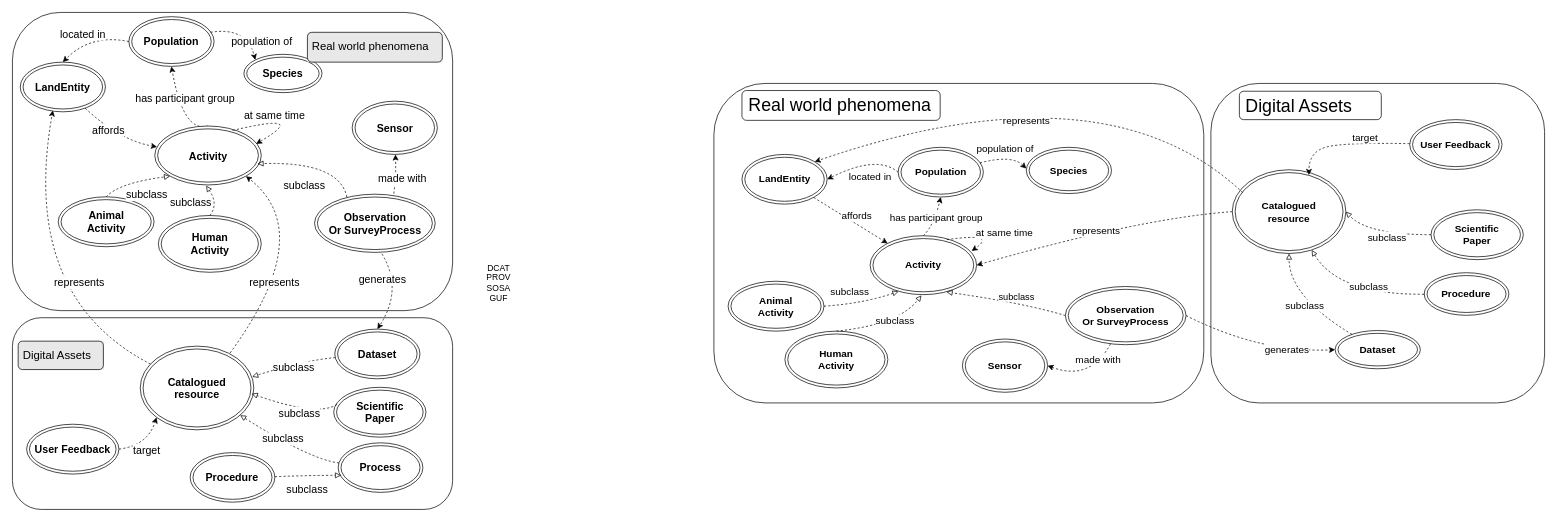
IntForOut/outdoorPressure keeps this draw.io diagram as page "schemas article" (2 of 3) of docs/diagrams/model_KG.drawio. Above is the earlier version. Source tidied: cells renumbered, new cells numbered last; positions are measured from the earlier drawing's top-left corner, leaving out a move shared by most shapes. Both pictures are drawn from the tidied source at 71%, with x=0, y=0 at pixel (12, 12).
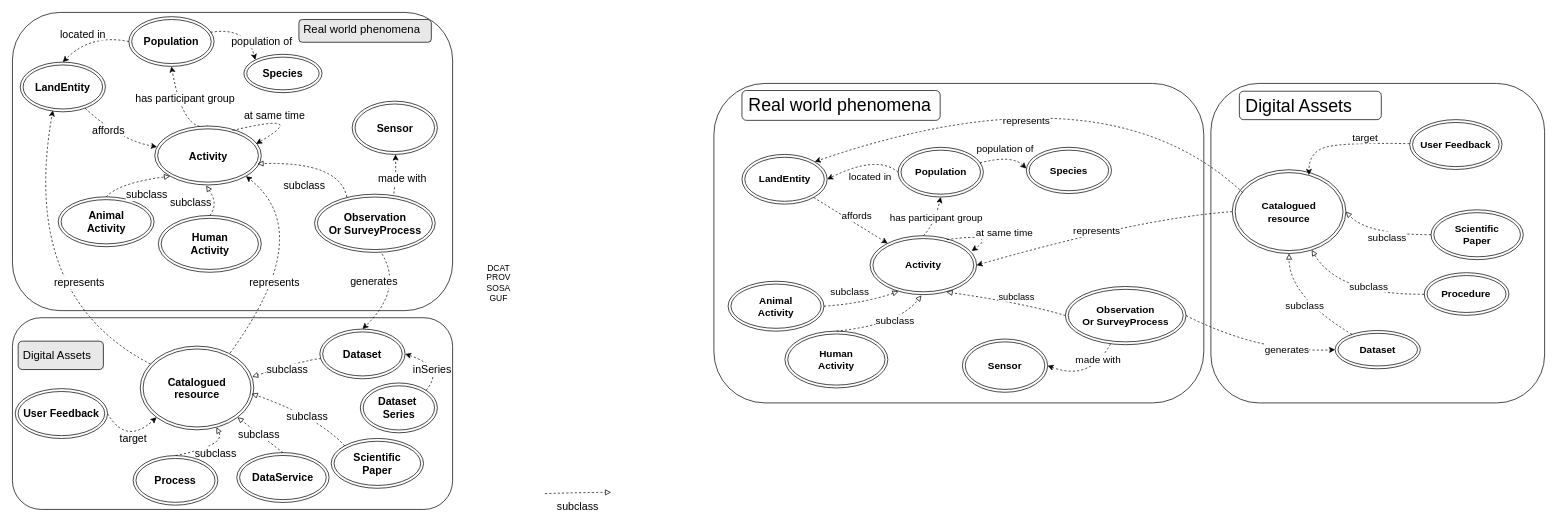
The same diagram, later.

Commit message:
Mettre à jour model_KG.drawio

Unchanged cells that the change refers to:
```xml
<mxCell id="63" value="&lt;b&gt;Catalogued &lt;br&gt;resource&lt;/b&gt;" style="ellipse;shape=doubleEllipse;whiteSpace=wrap;html=1;fontSize=15;fillColor=none;" parent="1" vertex="1">
  <mxGeometry x="180" y="470" width="160" height="117.9" as="geometry" />
</mxCell>
```

What changed in the source:
```diff
@@
     <mxCell id="64" value="&lt;b&gt;Scientific&lt;/b&gt;&lt;div&gt;&lt;b&gt;Paper&lt;/b&gt;&lt;/div&gt;" style="ellipse;shape=doubleEllipse;whiteSpace=wrap;html=1;fontSize=15;" parent="1" vertex="1">
-      <mxGeometry x="452.5" y="528" width="130" height="70.2" as="geometry" />
+      <mxGeometry x="449" y="600" width="130" height="70.2" as="geometry" />
     </mxCell>
@@
     <mxCell id="78" value="&lt;b&gt;Dataset&lt;/b&gt;" style="ellipse;shape=doubleEllipse;whiteSpace=wrap;html=1;fontSize=15;fillColor=none;" parent="1" vertex="1">
-      <mxGeometry x="454" y="446" width="120" height="70" as="geometry" />
+      <mxGeometry x="433" y="446" width="120" height="70" as="geometry" />
     </mxCell>
@@
-    <mxCell id="80" style="edgeStyle=none;html=1;rounded=0;curved=1;dashed=1;endArrow=block;endFill=0;fontSize=15;" parent="1" edge="1" source="82" target="63">
+    <mxCell id="80" style="edgeStyle=none;html=1;rounded=0;curved=1;dashed=1;endArrow=block;endFill=0;fontSize=15;exitX=0.5;exitY=0;exitDx=0;exitDy=0;" parent="1" edge="1" source="82" target="63">
       <mxGeometry relative="1" as="geometry">
         <Array as="points">
-          <mxPoint x="420" y="630" />
+          <mxPoint x="300" y="610" />
         </Array>
       </mxGeometry>
     </mxCell>
     <mxCell id="81" value="subclass" style="edgeLabel;html=1;align=center;verticalAlign=middle;fontSize=15;" parent="80" vertex="1">
       <mxGeometry x="-0.02" y="-5" relative="1" as="geometry">
-        <mxPoint x="-11" y="-7" as="offset" />
+        <mxPoint x="7" as="offset" />
       </mxGeometry>
     </mxCell>
     <mxCell id="82" value="&lt;b&gt;&lt;span style=&quot;color: rgb(0, 0, 0);&quot;&gt;Process&lt;/span&gt;&lt;/b&gt;" style="ellipse;shape=doubleEllipse;whiteSpace=wrap;html=1;fontSize=15;fillColor=none;" parent="1" vertex="1">
-      <mxGeometry x="458.8" y="606.2" width="119.3" height="69.8" as="geometry" />
+      <mxGeometry x="170" y="624.2" width="119.3" height="69.8" as="geometry" />
     </mxCell>
@@
     <mxCell id="90" style="edgeStyle=none;html=1;entryX=0;entryY=1;entryDx=0;entryDy=0;rounded=0;curved=1;dashed=1;exitX=1;exitY=0.5;exitDx=0;exitDy=0;fontSize=15;" parent="1" edge="1" source="110" target="63">
       <mxGeometry relative="1" as="geometry">
         <Array as="points">
-          <mxPoint x="190.5" y="610" />
+          <mxPoint x="160" y="610" />
         </Array>
       </mxGeometry>
     </mxCell>
     <mxCell id="91" value="&lt;font&gt;target&lt;/font&gt;" style="edgeLabel;html=1;align=center;verticalAlign=middle;fontSize=15;" parent="90" vertex="1">
       <mxGeometry x="-0.09" y="-7" relative="1" as="geometry">
-        <mxPoint y="-2" as="offset" />
+        <mxPoint x="17" y="-12" as="offset" />
       </mxGeometry>
     </mxCell>
-    <mxCell id="92" style="edgeStyle=none;html=1;entryX=0.981;entryY=0.568;entryDx=0;entryDy=0;rounded=0;curved=1;dashed=1;endArrow=block;endFill=0;entryPerimeter=0;fontSize=15;exitX=0.035;exitY=0.342;exitDx=0;exitDy=0;exitPerimeter=0;" parent="1" edge="1" source="64" target="63">
+    <mxCell id="92" style="edgeStyle=none;html=1;entryX=0.981;entryY=0.568;entryDx=0;entryDy=0;rounded=0;curved=1;dashed=1;endArrow=block;endFill=0;entryPerimeter=0;fontSize=15;exitX=0;exitY=0;exitDx=0;exitDy=0;" parent="1" edge="1" source="64" target="63">
       <mxGeometry relative="1" as="geometry">
         <Array as="points">
           <mxPoint x="430.5" y="570" />
         </Array>
       </mxGeometry>
     </mxCell>
@@
     <mxCell id="98" style="group;fontSize=15;fillColor=#E8E8E8;" parent="1" vertex="1">
-      <mxGeometry x="415.5" y="28" width="190" height="42" as="geometry" />
+      <mxGeometry x="403.5" y="10" width="186.5" height="32" as="geometry" />
     </mxCell>
     <mxCell id="99" style="rounded=1;whiteSpace=wrap;html=1;fontSize=15;fillColor=#E8E8E8;" parent="98" vertex="1">
-      <mxGeometry width="190" height="42" as="geometry" />
+      <mxGeometry width="186.5" height="32" as="geometry" />
     </mxCell>
     <mxCell id="100" value="&lt;font style=&quot;font-size: 16px;&quot;&gt;Real world phenomena&lt;/font&gt;" style="text;html=1;whiteSpace=wrap;strokeColor=none;fillColor=none;align=left;verticalAlign=middle;rounded=0;fontSize=15;" parent="98" vertex="1">
-      <mxGeometry x="4.5" y="13.6" width="185.5" height="10.5" as="geometry" />
+      <mxGeometry x="4.4" y="10.3" width="182.2" height="8" as="geometry" />
     </mxCell>
@@
     <mxCell id="110" value="&lt;b&gt;User Feedback&lt;/b&gt;" style="ellipse;shape=doubleEllipse;whiteSpace=wrap;html=1;fontSize=15;" parent="1" vertex="1">
-      <mxGeometry x="20" y="580" width="130" height="70.2" as="geometry" />
+      <mxGeometry x="4" y="529.9" width="130" height="70.2" as="geometry" />
     </mxCell>
-    <mxCell id="111" value="&lt;b&gt;&lt;span style=&quot;color: rgb(0, 0, 0);&quot;&gt;Procedure&lt;/span&gt;&lt;/b&gt;" style="ellipse;shape=doubleEllipse;whiteSpace=wrap;html=1;fontSize=15;fillColor=none;" parent="1" vertex="1">
-      <mxGeometry x="250.3" y="620" width="119.3" height="69.8" as="geometry" />
-    </mxCell>
-    <mxCell id="112" style="edgeStyle=none;html=1;rounded=0;curved=1;dashed=1;endArrow=block;endFill=0;fontSize=15;entryX=0.035;entryY=0.656;entryDx=0;entryDy=0;entryPerimeter=0;" parent="1" edge="1" source="111" target="82">
+    <mxCell id="112" style="edgeStyle=none;html=1;rounded=0;curved=1;dashed=1;endArrow=block;endFill=0;fontSize=15;entryX=0.035;entryY=0.656;entryDx=0;entryDy=0;entryPerimeter=0;" parent="1" edge="1">
       <mxGeometry relative="1" as="geometry">
+        <mxPoint x="750" y="677.8" as="sourcePoint" />
+        <mxPoint x="843.3" y="676" as="targetPoint" />
         <Array as="points">
-          <mxPoint x="420" y="652" />
+          <mxPoint x="800.4" y="676" />
         </Array>
       </mxGeometry>
     </mxCell>
@@
+    <mxCell id="114" value="&lt;div&gt;&lt;b&gt;Dataset&amp;nbsp;&lt;/b&gt;&lt;/div&gt;&lt;div&gt;&lt;b&gt;Series&lt;/b&gt;&lt;/div&gt;" style="ellipse;shape=doubleEllipse;whiteSpace=wrap;html=1;fontSize=15;" parent="1" vertex="1">
+      <mxGeometry x="490" y="521.9" width="108.5" height="70.2" as="geometry" />
+    </mxCell>
+    <mxCell id="115" value="&lt;b&gt;DataService&lt;/b&gt;" style="ellipse;shape=doubleEllipse;whiteSpace=wrap;html=1;fontSize=15;" parent="1" vertex="1">
+      <mxGeometry x="316" y="620" width="130" height="70.2" as="geometry" />
+    </mxCell>
+    <mxCell id="116" style="endArrow=block;html=1;rounded=0;exitX=0.5;exitY=0;exitDx=0;exitDy=0;entryX=1;entryY=1;entryDx=0;entryDy=0;curved=1;dashed=1;endFill=0;" parent="1" edge="1" source="115" target="63">
+      <mxGeometry relative="1" as="geometry" />
+    </mxCell>
+    <mxCell id="117" value="&lt;font style=&quot;font-size: 15px;&quot;&gt;subclass&lt;/font&gt;" style="edgeLabel;html=1;align=center;verticalAlign=middle;" parent="116" vertex="1">
+      <mxGeometry x="0.09" relative="1" as="geometry" />
+    </mxCell>
+    <mxCell id="118" style="endArrow=classic;html=1;rounded=0;exitX=1;exitY=0;exitDx=0;exitDy=0;entryX=1;entryY=0.5;entryDx=0;entryDy=0;curved=1;dashed=1;" parent="1" edge="1" source="114" target="78">
+      <mxGeometry relative="1" as="geometry">
+        <Array as="points">
+          <mxPoint x="610" y="500" />
+        </Array>
+      </mxGeometry>
+    </mxCell>
+    <mxCell id="119" value="&lt;font style=&quot;font-size: 15px;&quot;&gt;inSeries&lt;/font&gt;" style="edgeLabel;html=1;align=center;verticalAlign=middle;" parent="118" vertex="1">
+      <mxGeometry x="-0.29" y="6" relative="1" as="geometry">
+        <mxPoint x="-11" y="1" as="offset" />
+      </mxGeometry>
+    </mxCell>
```
